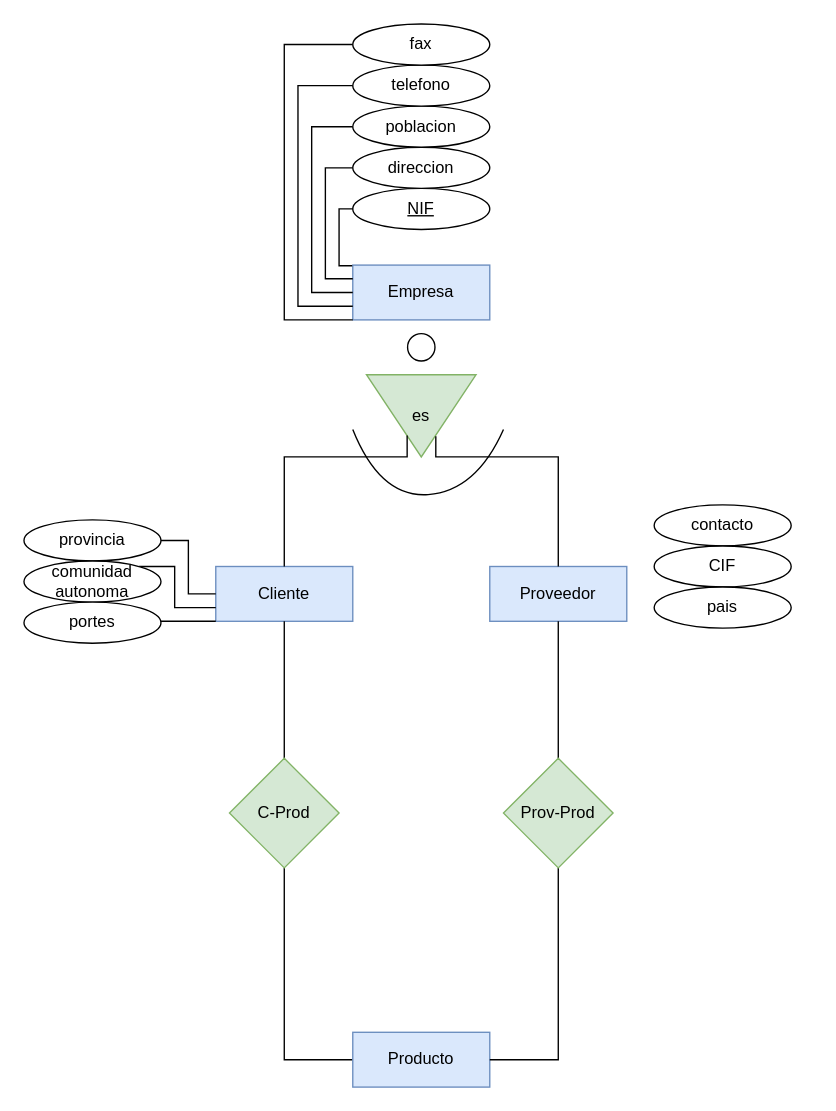
Before: Unidad_1/Tareas/Tareas_entregables/Tarea_4/Empresa.drawio in OxideVanadium/base_de_datos, a draw.io diagram. Source tidied: cells renumbered, new cells numbered last; positions are measured from the earlier drawing's top-left corner, leaving out a move shared by most shapes. Both pictures are drawn from the tidied source at 137%, with x=0, y=0 at pixel (23, 23).
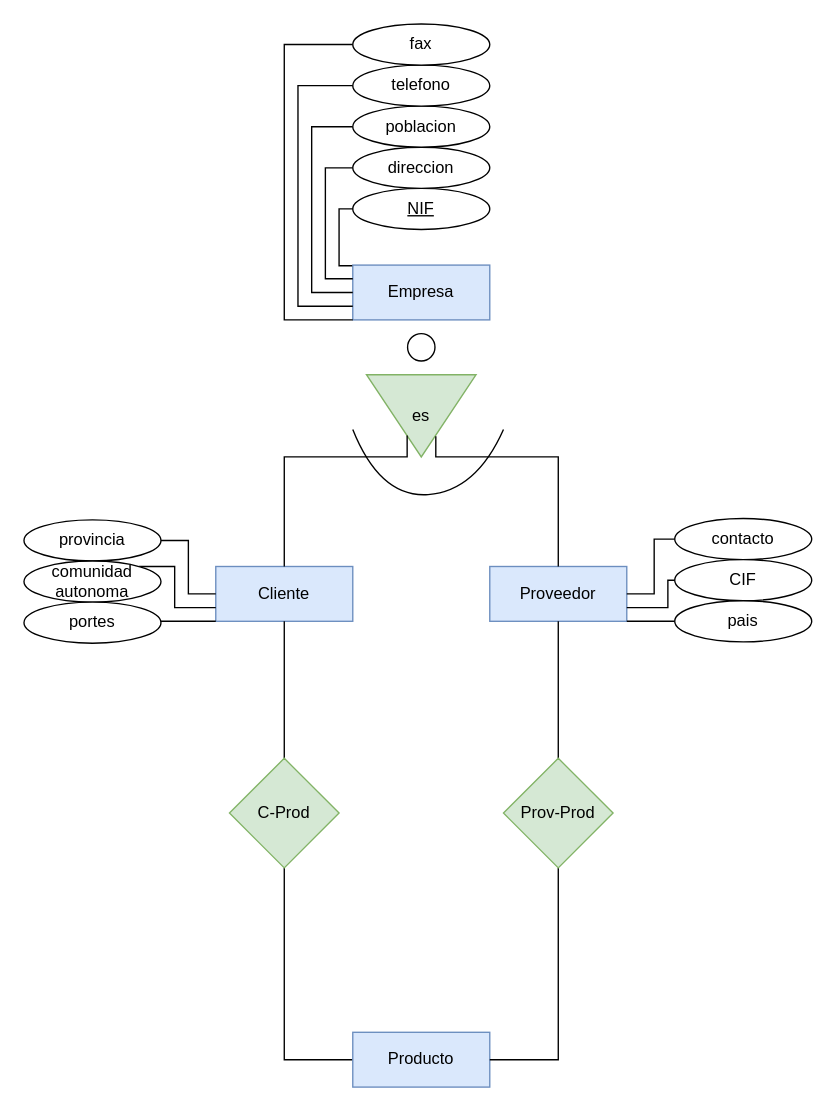
After the change.

The change refers to these unchanged cells:
```xml
<mxCell id="4" value="Proveedor" style="whiteSpace=wrap;html=1;align=center;fillColor=#dae8fc;strokeColor=#6c8ebf;" parent="1" vertex="1">
  <mxGeometry x="340" y="396" width="100" height="40" as="geometry" />
</mxCell>
```

Change to the diagram source:
```diff
@@
+    <mxCell id="37" style="edgeStyle=orthogonalEdgeStyle;rounded=0;jettySize=auto;html=1;entryX=1;entryY=0.5;entryDx=0;entryDy=0;endArrow=none;endFill=0;" parent="1" edge="1" source="28" target="4">
+      <mxGeometry relative="1" as="geometry">
+        <Array as="points">
+          <mxPoint x="460" y="376" />
+          <mxPoint x="460" y="416" />
+        </Array>
+      </mxGeometry>
+    </mxCell>
     <mxCell id="28" value="contacto" style="ellipse;whiteSpace=wrap;html=1;align=center;" parent="1" vertex="1">
-      <mxGeometry x="460" y="351" width="100" height="30" as="geometry" />
+      <mxGeometry x="475" y="361" width="100" height="30" as="geometry" />
     </mxCell>
     <mxCell id="29" value="CIF" style="ellipse;whiteSpace=wrap;html=1;align=center;" parent="1" vertex="1">
-      <mxGeometry x="460" y="381" width="100" height="30" as="geometry" />
+      <mxGeometry x="475" y="391" width="100" height="30" as="geometry" />
     </mxCell>
+    <mxCell id="38" style="edgeStyle=orthogonalEdgeStyle;rounded=0;jettySize=auto;html=1;entryX=1;entryY=1;entryDx=0;entryDy=0;endArrow=none;endFill=0;" parent="1" edge="1" source="30" target="4">
+      <mxGeometry relative="1" as="geometry">
+        <Array as="points">
+          <mxPoint x="450" y="436" />
+          <mxPoint x="450" y="436" />
+        </Array>
+      </mxGeometry>
+    </mxCell>
     <mxCell id="30" value="pais" style="ellipse;whiteSpace=wrap;html=1;align=center;" parent="1" vertex="1">
-      <mxGeometry x="460" y="411" width="100" height="30" as="geometry" />
+      <mxGeometry x="475" y="421" width="100" height="30" as="geometry" />
     </mxCell>
@@
+    <mxCell id="39" style="edgeStyle=orthogonalEdgeStyle;rounded=0;jettySize=auto;html=1;endArrow=none;endFill=0;" parent="1" edge="1" source="29">
+      <mxGeometry relative="1" as="geometry">
+        <mxPoint x="440" y="426" as="targetPoint" />
+        <Array as="points">
+          <mxPoint x="470" y="406" />
+          <mxPoint x="470" y="426" />
+        </Array>
+      </mxGeometry>
+    </mxCell>
```
